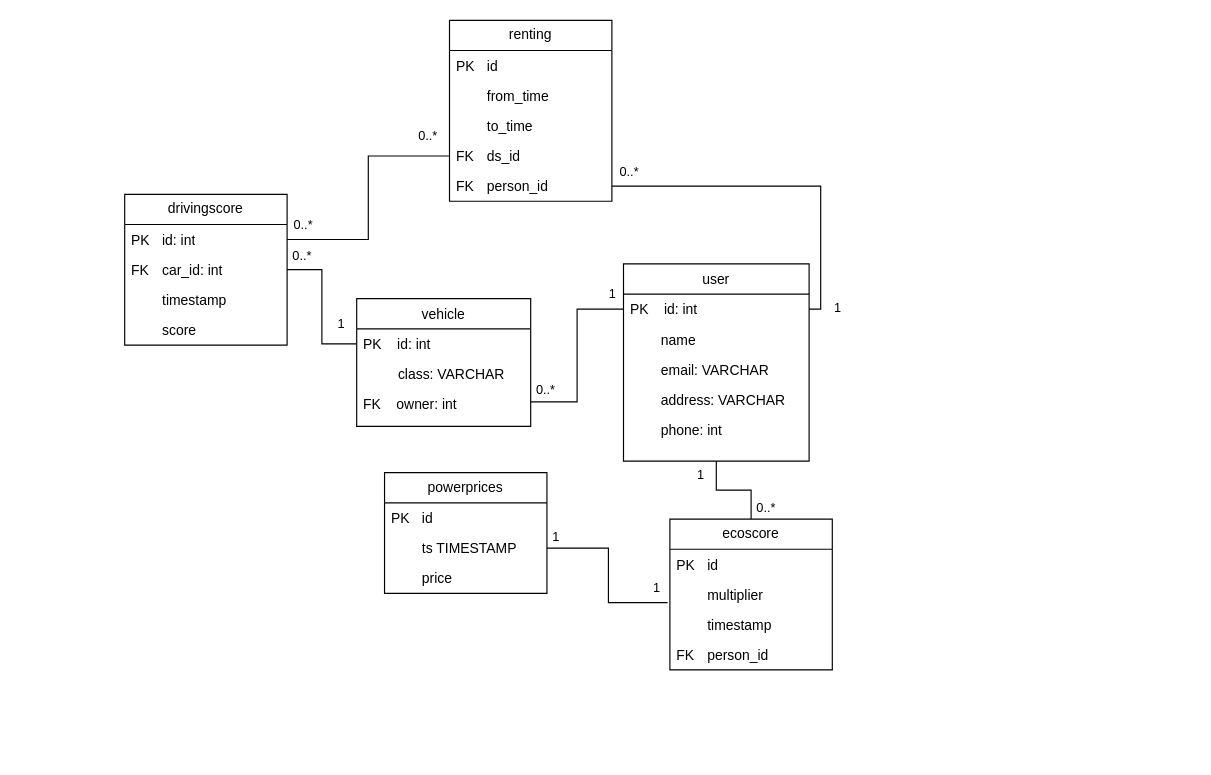
ElektroMannen/Ingenior-prosjekt-1 keeps this draw.io diagram as Code/Server/uml/prosjektdb.drawio. Above is the earlier version. Source tidied: cells renumbered, new cells numbered last; positions are measured from the earlier drawing's top-left corner, leaving out a move shared by most shapes. Both pictures are drawn from the tidied source at 116%, with x=0, y=0 at pixel (124, 20).
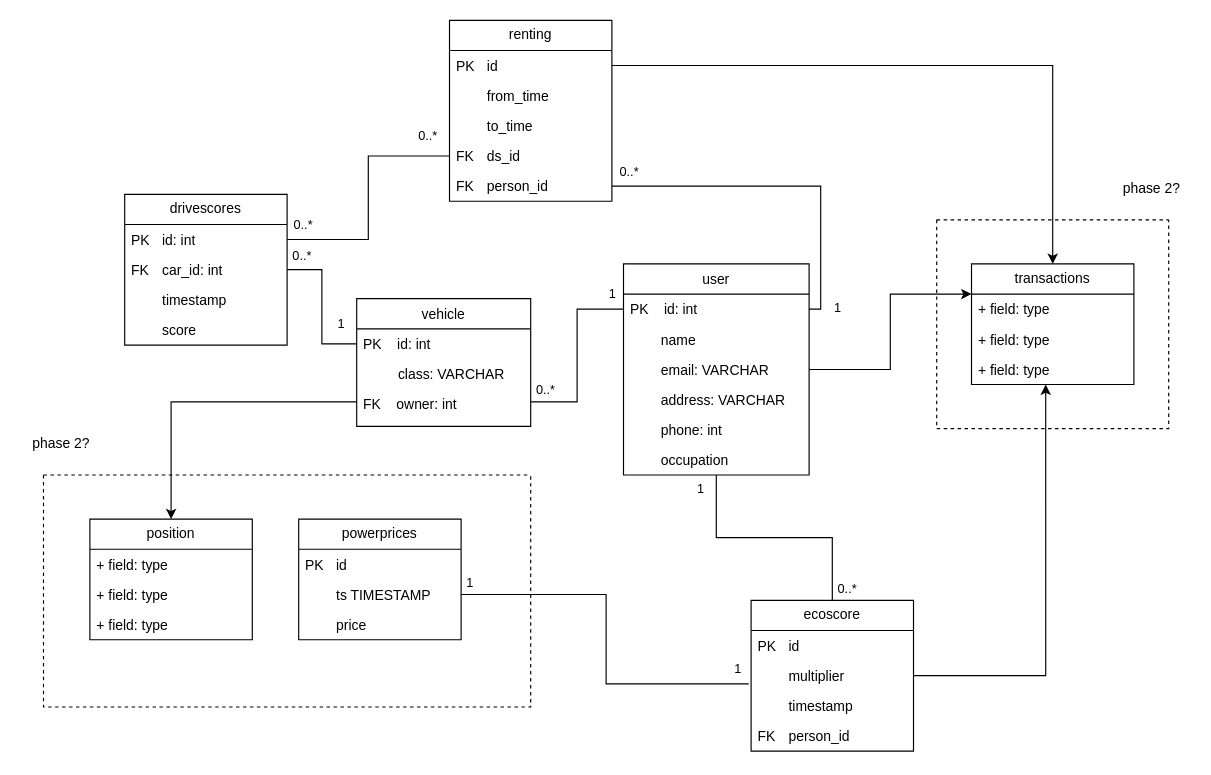
After the change.

Unchanged cells that the change refers to:
```xml
<mxCell id="5" value="FK    owner: int" style="text;align=left;verticalAlign=top;spacingLeft=4;spacingRight=4;overflow=hidden;points=[[0,0.5],[1,0.5]];portConstraint=eastwest;rounded=0;shadow=0;html=0;" parent="2" vertex="1">
  <mxGeometry y="78" width="150" height="22" as="geometry" />
</mxCell>
<mxCell id="9" value="        email: VARCHAR" style="text;align=left;verticalAlign=top;spacingLeft=4;spacingRight=4;overflow=hidden;points=[[0,0.5],[1,0.5]];portConstraint=eastwest;rounded=0;shadow=0;html=0;" parent="6" vertex="1">
  <mxGeometry y="78" width="160" height="26" as="geometry" />
</mxCell>
<mxCell id="21" value="PK&lt;span style=&quot;white-space: pre;&quot;&gt;&#9;&lt;/span&gt;id" style="text;strokeColor=none;fillColor=none;align=left;verticalAlign=top;spacingLeft=4;spacingRight=4;overflow=hidden;points=[[0,0.5],[1,0.5]];portConstraint=eastwest;whiteSpace=wrap;html=1;" parent="20" vertex="1">
  <mxGeometry y="26" width="140" height="26" as="geometry" />
</mxCell>
<mxCell id="32" value="&lt;span style=&quot;white-space: pre;&quot;&gt;&#9;&lt;/span&gt;multiplier" style="text;strokeColor=none;fillColor=none;align=left;verticalAlign=top;spacingLeft=4;spacingRight=4;overflow=hidden;points=[[0,0.5],[1,0.5]];portConstraint=eastwest;whiteSpace=wrap;html=1;" parent="30" vertex="1">
  <mxGeometry y="52" width="140" height="26" as="geometry" />
</mxCell>
```

What changed in the source:
```diff
@@
     <mxCell id="6" value="user" style="swimlane;fontStyle=0;align=center;verticalAlign=top;horizontal=1;startSize=26;rounded=0;shadow=0;strokeWidth=1;" parent="1" vertex="1">
-      <mxGeometry x="430" y="210" width="160" height="170" as="geometry" />
+      <mxGeometry x="430" y="210" width="160" height="182" as="geometry" />
     </mxCell>
@@
+    <mxCell id="50" value="&lt;span style=&quot;white-space: pre;&quot;&gt;&#9;&lt;/span&gt;occupation" style="text;strokeColor=none;fillColor=none;align=left;verticalAlign=top;spacingLeft=4;spacingRight=4;overflow=hidden;whiteSpace=wrap;html=1;" parent="6" vertex="1">
+      <mxGeometry y="156" width="160" height="26" as="geometry" />
+    </mxCell>
-    <mxCell id="12" value="drivingscore" style="swimlane;fontStyle=0;horizontal=1;startSize=26;fillColor=none;whiteSpace=wrap;html=1;" parent="1" vertex="1">
+    <mxCell id="12" value="drivescores" style="swimlane;fontStyle=0;horizontal=1;startSize=26;fillColor=none;whiteSpace=wrap;html=1;" parent="1" vertex="1">
       <mxGeometry y="150" width="140" height="130" as="geometry" />
     </mxCell>
@@
-    <mxCell id="26" value="powerprices" style="swimlane;fontStyle=0;horizontal=1;startSize=26;fillColor=none;whiteSpace=wrap;html=1;" parent="1" vertex="1">
-      <mxGeometry x="224" y="390" width="140" height="104" as="geometry" />
-    </mxCell>
-    <mxCell id="27" value="PK&amp;nbsp;&lt;span style=&quot;white-space: pre;&quot;&gt;&#9;&lt;/span&gt;id" style="text;strokeColor=none;fillColor=none;align=left;verticalAlign=top;spacingLeft=4;spacingRight=4;overflow=hidden;whiteSpace=wrap;html=1;" parent="26" vertex="1">
-      <mxGeometry y="26" width="140" height="26" as="geometry" />
-    </mxCell>
-    <mxCell id="28" value="&lt;span style=&quot;white-space: pre;&quot;&gt;&#9;&lt;/span&gt;ts TIMESTAMP" style="text;strokeColor=none;fillColor=none;align=left;verticalAlign=top;spacingLeft=4;spacingRight=4;overflow=hidden;points=[[0,0.5],[1,0.5]];portConstraint=eastwest;whiteSpace=wrap;html=1;" parent="26" vertex="1">
-      <mxGeometry y="52" width="140" height="26" as="geometry" />
-    </mxCell>
-    <mxCell id="29" value="&lt;span style=&quot;white-space: pre;&quot;&gt;&#9;&lt;/span&gt;price" style="text;strokeColor=none;fillColor=none;align=left;verticalAlign=top;spacingLeft=4;spacingRight=4;overflow=hidden;whiteSpace=wrap;html=1;" parent="26" vertex="1">
-      <mxGeometry y="78" width="140" height="26" as="geometry" />
-    </mxCell>
     <mxCell id="30" value="ecoscore" style="swimlane;fontStyle=0;horizontal=1;startSize=26;fillColor=none;whiteSpace=wrap;html=1;" parent="1" vertex="1">
-      <mxGeometry x="470" y="430" width="140" height="130" as="geometry" />
+      <mxGeometry x="540" y="500" width="140" height="130" as="geometry" />
     </mxCell>
@@
+    <mxCell id="51" value="transactions" style="swimlane;fontStyle=0;horizontal=1;startSize=26;fillColor=none;whiteSpace=wrap;html=1;" parent="1" vertex="1">
+      <mxGeometry x="730" y="210" width="140" height="104" as="geometry" />
+    </mxCell>
+    <mxCell id="52" value="+ field: type" style="text;strokeColor=none;fillColor=none;align=left;verticalAlign=top;spacingLeft=4;spacingRight=4;overflow=hidden;whiteSpace=wrap;html=1;" parent="51" vertex="1">
+      <mxGeometry y="26" width="140" height="26" as="geometry" />
+    </mxCell>
+    <mxCell id="53" value="+ field: type" style="text;strokeColor=none;fillColor=none;align=left;verticalAlign=top;spacingLeft=4;spacingRight=4;overflow=hidden;whiteSpace=wrap;html=1;" parent="51" vertex="1">
+      <mxGeometry y="52" width="140" height="26" as="geometry" />
+    </mxCell>
+    <mxCell id="54" value="+ field: type" style="text;strokeColor=none;fillColor=none;align=left;verticalAlign=top;spacingLeft=4;spacingRight=4;overflow=hidden;points=[[0,0.5],[1,0.5]];portConstraint=eastwest;whiteSpace=wrap;html=1;" parent="51" vertex="1">
+      <mxGeometry y="78" width="140" height="26" as="geometry" />
+    </mxCell>
+    <mxCell id="55" style="edgeStyle=orthogonalEdgeStyle;rounded=0;jettySize=auto;html=1;exitX=0;exitY=0.5;exitDx=0;exitDy=0;entryX=0.5;entryY=0;entryDx=0;entryDy=0;" parent="1" edge="1" source="5" target="60">
+      <mxGeometry relative="1" as="geometry" />
+    </mxCell>
+    <mxCell id="56" style="edgeStyle=orthogonalEdgeStyle;rounded=0;jettySize=auto;html=1;exitX=1;exitY=0.5;exitDx=0;exitDy=0;entryX=0;entryY=0.25;entryDx=0;entryDy=0;" parent="1" edge="1" source="9" target="51">
+      <mxGeometry relative="1" as="geometry" />
+    </mxCell>
+    <mxCell id="57" style="edgeStyle=orthogonalEdgeStyle;rounded=0;jettySize=auto;html=1;exitX=1;exitY=0.5;exitDx=0;exitDy=0;entryX=0.5;entryY=0;entryDx=0;entryDy=0;" parent="1" edge="1" source="21" target="51">
+      <mxGeometry relative="1" as="geometry" />
+    </mxCell>
+    <mxCell id="58" style="edgeStyle=orthogonalEdgeStyle;rounded=0;jettySize=auto;html=1;exitX=1;exitY=0.5;exitDx=0;exitDy=0;entryX=0.457;entryY=1;entryDx=0;entryDy=0;entryPerimeter=0;" parent="1" edge="1" source="32" target="54">
+      <mxGeometry relative="1" as="geometry" />
+    </mxCell>
+    <mxCell id="59" style="swimlane;startSize=0;dashed=1;" parent="1" vertex="1">
+      <mxGeometry x="-70" y="392" width="420" height="200" as="geometry" />
+    </mxCell>
+    <mxCell id="60" value="position" style="swimlane;fontStyle=0;horizontal=1;startSize=26;fillColor=none;whiteSpace=wrap;html=1;" parent="59" vertex="1">
+      <mxGeometry x="40" y="38" width="140" height="104" as="geometry" />
+    </mxCell>
+    <mxCell id="61" value="+ field: type" style="text;strokeColor=none;fillColor=none;align=left;verticalAlign=top;spacingLeft=4;spacingRight=4;overflow=hidden;whiteSpace=wrap;html=1;" parent="60" vertex="1">
+      <mxGeometry y="26" width="140" height="26" as="geometry" />
+    </mxCell>
+    <mxCell id="62" value="+ field: type" style="text;strokeColor=none;fillColor=none;align=left;verticalAlign=top;spacingLeft=4;spacingRight=4;overflow=hidden;whiteSpace=wrap;html=1;" parent="60" vertex="1">
+      <mxGeometry y="52" width="140" height="26" as="geometry" />
+    </mxCell>
+    <mxCell id="63" value="+ field: type" style="text;strokeColor=none;fillColor=none;align=left;verticalAlign=top;spacingLeft=4;spacingRight=4;overflow=hidden;whiteSpace=wrap;html=1;" parent="60" vertex="1">
+      <mxGeometry y="78" width="140" height="26" as="geometry" />
+    </mxCell>
+    <mxCell id="26" value="powerprices" style="swimlane;fontStyle=0;horizontal=1;startSize=26;fillColor=none;whiteSpace=wrap;html=1;" parent="59" vertex="1">
+      <mxGeometry x="220" y="38" width="140" height="104" as="geometry" />
+    </mxCell>
+    <mxCell id="27" value="PK&amp;nbsp;&lt;span style=&quot;white-space: pre;&quot;&gt;&#9;&lt;/span&gt;id" style="text;strokeColor=none;fillColor=none;align=left;verticalAlign=top;spacingLeft=4;spacingRight=4;overflow=hidden;whiteSpace=wrap;html=1;" parent="26" vertex="1">
+      <mxGeometry y="26" width="140" height="26" as="geometry" />
+    </mxCell>
+    <mxCell id="28" value="&lt;span style=&quot;white-space: pre;&quot;&gt;&#9;&lt;/span&gt;ts TIMESTAMP" style="text;strokeColor=none;fillColor=none;align=left;verticalAlign=top;spacingLeft=4;spacingRight=4;overflow=hidden;points=[[0,0.5],[1,0.5]];portConstraint=eastwest;whiteSpace=wrap;html=1;" parent="26" vertex="1">
+      <mxGeometry y="52" width="140" height="26" as="geometry" />
+    </mxCell>
+    <mxCell id="29" value="&lt;span style=&quot;white-space: pre;&quot;&gt;&#9;&lt;/span&gt;price" style="text;strokeColor=none;fillColor=none;align=left;verticalAlign=top;spacingLeft=4;spacingRight=4;overflow=hidden;whiteSpace=wrap;html=1;" parent="26" vertex="1">
+      <mxGeometry y="78" width="140" height="26" as="geometry" />
+    </mxCell>
+    <mxCell id="64" style="swimlane;startSize=0;dashed=1;" parent="1" vertex="1">
+      <mxGeometry x="700" y="172" width="200" height="180" as="geometry" />
+    </mxCell>
+    <mxCell id="65" value="phase 2?" style="text;html=1;align=center;verticalAlign=middle;strokeColor=none;fillColor=none;" parent="1" vertex="1">
+      <mxGeometry x="850" y="130" width="70" height="30" as="geometry" />
+    </mxCell>
+    <mxCell id="66" value="phase 2?" style="text;html=1;align=center;verticalAlign=middle;strokeColor=none;fillColor=none;" parent="1" vertex="1">
+      <mxGeometry x="-90" y="350" width="70" height="30" as="geometry" />
+    </mxCell>
```
